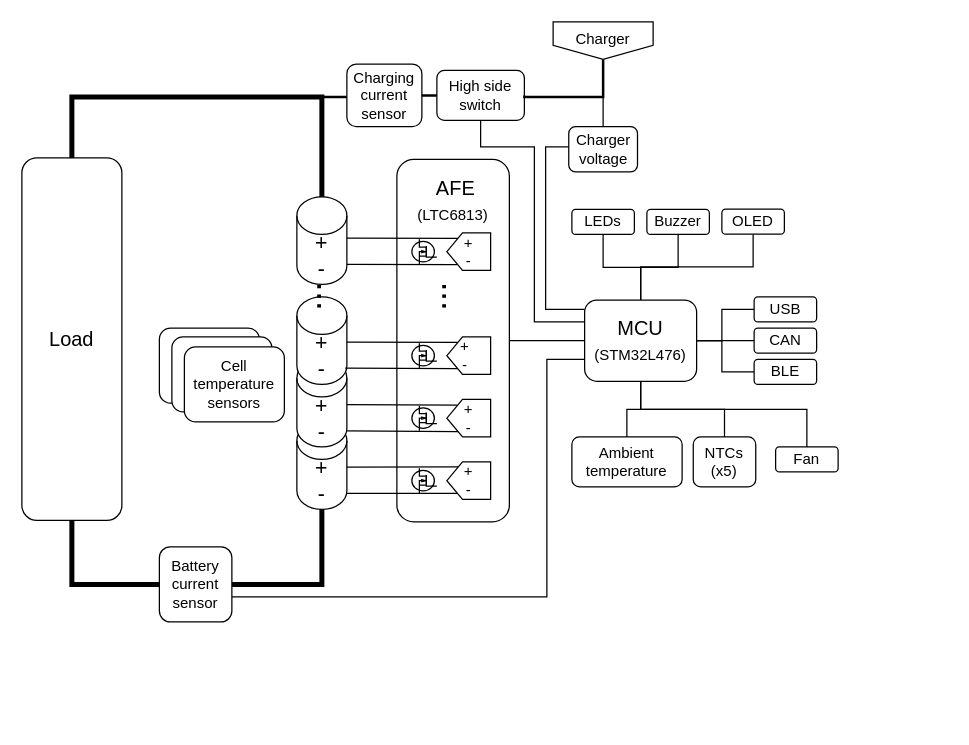
This is docs/block-diagram.drawio from G-Pereira/greenmobi-bms, a draw.io file, before an edit. Source tidied: cells renumbered, new cells numbered last; positions are measured from the earlier drawing's top-left corner, leaving out a move shared by most shapes. Both pictures are drawn from the tidied source at 125%, with x=0, y=0 at pixel (21, 21).
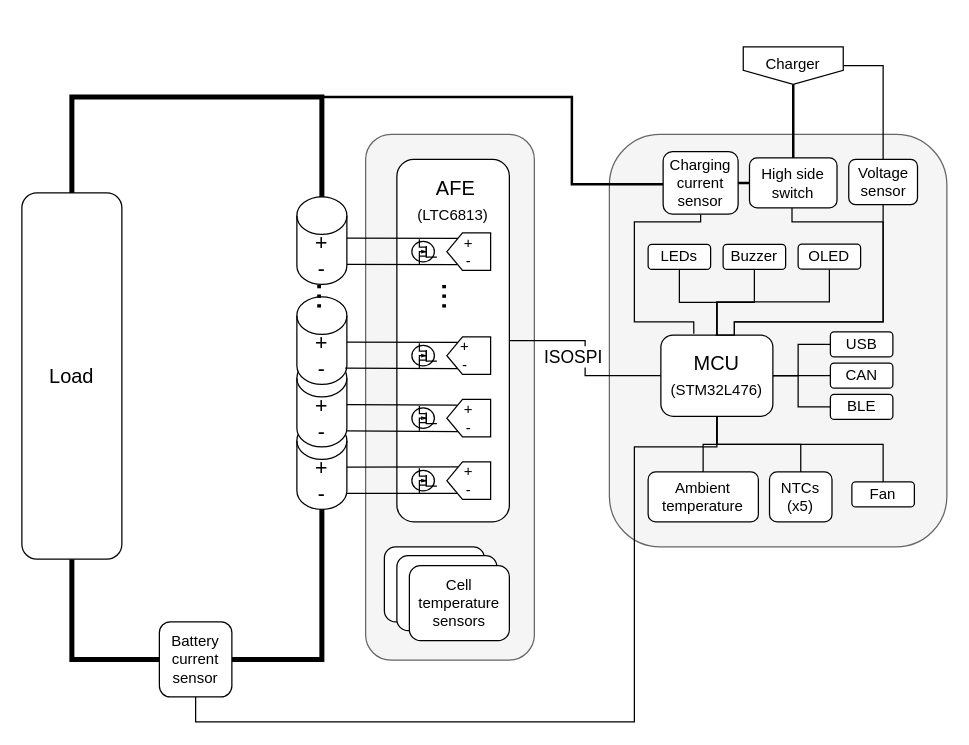
The same diagram, later.

Unchanged cells that the change refers to:
```xml
<mxCell id="4" value="&lt;font style=&quot;font-size: 17px;&quot;&gt;+&lt;br style=&quot;border-color: var(--border-color);&quot;&gt;-&lt;/font&gt;" style="shape=cylinder3;whiteSpace=wrap;html=1;boundedLbl=1;backgroundOutline=1;size=15;" parent="1" vertex="1">
  <mxGeometry x="220" y="320" width="40" height="70" as="geometry" />
</mxCell>
<mxCell id="8" value="&lt;font style=&quot;font-size: 17px;&quot;&gt;+&lt;br&gt;-&lt;/font&gt;" style="shape=cylinder3;whiteSpace=wrap;html=1;boundedLbl=1;backgroundOutline=1;size=15;" parent="1" vertex="1">
  <mxGeometry x="220" y="140" width="40" height="70" as="geometry" />
</mxCell>
<mxCell id="13" style="edgeStyle=orthogonalEdgeStyle;rounded=0;jettySize=auto;html=1;endArrow=none;endFill=0;" parent="1" edge="1" source="21" target="22">
  <mxGeometry relative="1" as="geometry" />
</mxCell>
```

The edit, as a diff of the source:
```diff
@@
-    <mxCell id="2" style="rounded=1;whiteSpace=wrap;html=1;fontSize=12;fillColor=#ffffff;" parent="1" vertex="1">
-      <mxGeometry x="110" y="245" width="80" height="60" as="geometry" />
-    </mxCell>
-    <mxCell id="3" style="rounded=1;whiteSpace=wrap;html=1;fontSize=12;fillColor=#ffffff;" parent="1" vertex="1">
-      <mxGeometry x="120" y="252" width="80" height="60" as="geometry" />
-    </mxCell>
+    <mxCell id="69" style="rounded=1;whiteSpace=wrap;html=1;fillColor=#f5f5f5;strokeColor=#666666;fontColor=#333333;" parent="1" vertex="1">
+      <mxGeometry x="470" y="90" width="270" height="330" as="geometry" />
+    </mxCell>
+    <mxCell id="70" style="rounded=1;whiteSpace=wrap;html=1;fillColor=#f5f5f5;strokeColor=#666666;fontColor=#333333;" parent="1" vertex="1">
+      <mxGeometry x="275" y="90" width="135" height="420.6" as="geometry" />
+    </mxCell>
@@
     <mxCell id="11" style="edgeStyle=orthogonalEdgeStyle;rounded=0;jettySize=auto;html=1;endArrow=none;endFill=0;exitX=1;exitY=0.5;exitDx=0;exitDy=0;" parent="1" edge="1" source="21" target="53">
       <mxGeometry relative="1" as="geometry">
         <Array as="points">
-          <mxPoint x="560" y="255" />
-          <mxPoint x="560" y="230" />
+          <mxPoint x="621" y="283" />
+          <mxPoint x="621" y="258" />
         </Array>
       </mxGeometry>
     </mxCell>
     <mxCell id="12" style="edgeStyle=orthogonalEdgeStyle;rounded=0;jettySize=auto;html=1;endArrow=none;endFill=0;" parent="1" edge="1" source="21" target="63">
       <mxGeometry relative="1" as="geometry">
         <Array as="points">
-          <mxPoint x="495" y="310" />
-          <mxPoint x="484" y="310" />
+          <mxPoint x="556" y="338" />
+          <mxPoint x="545" y="338" />
         </Array>
       </mxGeometry>
     </mxCell>
@@
+    <mxCell id="71" value="ISOSPI" style="edgeLabel;html=1;align=center;verticalAlign=middle;fontSize=14;spacing=2;spacingRight=0;" parent="13" vertex="1">
+      <mxGeometry x="0.28" y="1" relative="1" as="geometry">
+        <mxPoint x="-4" y="11" as="offset" />
+      </mxGeometry>
+    </mxCell>
     <mxCell id="14" style="edgeStyle=orthogonalEdgeStyle;rounded=0;jettySize=auto;html=1;endArrow=none;endFill=0;" parent="1" edge="1" source="21" target="56">
       <mxGeometry relative="1" as="geometry">
         <Array as="points">
-          <mxPoint x="419" y="230" />
-          <mxPoint x="419" y="100" />
+          <mxPoint x="570" y="240" />
+          <mxPoint x="689" y="240" />
         </Array>
       </mxGeometry>
     </mxCell>
     <mxCell id="15" style="edgeStyle=orthogonalEdgeStyle;rounded=0;jettySize=auto;html=1;endArrow=none;endFill=0;" parent="1" edge="1" source="21" target="47">
       <mxGeometry relative="1" as="geometry">
         <Array as="points">
-          <mxPoint x="420" y="270" />
-          <mxPoint x="420" y="460" />
+          <mxPoint x="490" y="340" />
+          <mxPoint x="490" y="560" />
+          <mxPoint x="139" y="560" />
         </Array>
       </mxGeometry>
     </mxCell>
     <mxCell id="16" style="edgeStyle=orthogonalEdgeStyle;rounded=0;jettySize=auto;html=1;endArrow=none;endFill=0;exitX=1;exitY=0.5;exitDx=0;exitDy=0;" parent="1" edge="1" source="21" target="54">
       <mxGeometry relative="1" as="geometry">
         <Array as="points">
-          <mxPoint x="550" y="255" />
-          <mxPoint x="550" y="255" />
+          <mxPoint x="611" y="283" />
+          <mxPoint x="611" y="283" />
         </Array>
       </mxGeometry>
     </mxCell>
     <mxCell id="17" style="edgeStyle=orthogonalEdgeStyle;rounded=0;jettySize=auto;html=1;endArrow=none;endFill=0;exitX=1;exitY=0.5;exitDx=0;exitDy=0;" parent="1" edge="1" source="21" target="55">
       <mxGeometry relative="1" as="geometry">
         <Array as="points">
-          <mxPoint x="560" y="255" />
-          <mxPoint x="560" y="280" />
+          <mxPoint x="621" y="283" />
+          <mxPoint x="621" y="308" />
         </Array>
       </mxGeometry>
     </mxCell>
     <mxCell id="18" style="edgeStyle=orthogonalEdgeStyle;rounded=0;jettySize=auto;html=1;endArrow=none;endFill=0;exitX=0.5;exitY=1;exitDx=0;exitDy=0;entryX=0.5;entryY=0;entryDx=0;entryDy=0;" parent="1" edge="1" source="21" target="62">
       <mxGeometry relative="1" as="geometry">
         <Array as="points">
-          <mxPoint x="495" y="310" />
-          <mxPoint x="562" y="310" />
+          <mxPoint x="556" y="338" />
+          <mxPoint x="623" y="338" />
         </Array>
       </mxGeometry>
     </mxCell>
     <mxCell id="19" style="edgeStyle=orthogonalEdgeStyle;rounded=0;jettySize=auto;html=1;endArrow=none;endFill=0;exitX=0.5;exitY=1;exitDx=0;exitDy=0;entryX=0.5;entryY=0;entryDx=0;entryDy=0;" parent="1" edge="1" source="21" target="64">
       <mxGeometry relative="1" as="geometry">
         <Array as="points">
-          <mxPoint x="495" y="310" />
-          <mxPoint x="628" y="310" />
+          <mxPoint x="556" y="338" />
+          <mxPoint x="689" y="338" />
         </Array>
       </mxGeometry>
     </mxCell>
     <mxCell id="20" style="edgeStyle=orthogonalEdgeStyle;rounded=0;jettySize=auto;html=1;endArrow=none;endFill=0;" parent="1" edge="1" source="21" target="68">
       <mxGeometry relative="1" as="geometry">
         <Array as="points">
-          <mxPoint x="495" y="196" />
-          <mxPoint x="585" y="196" />
+          <mxPoint x="556" y="224" />
+          <mxPoint x="646" y="224" />
         </Array>
       </mxGeometry>
     </mxCell>
     <mxCell id="21" value="MCU&lt;br&gt;&lt;font style=&quot;font-size: 12px;&quot;&gt;(STM32L476)&lt;/font&gt;" style="rounded=1;whiteSpace=wrap;html=1;fontSize=16;" parent="1" vertex="1">
-      <mxGeometry x="450.2" y="222.5" width="89.6" height="65" as="geometry" />
+      <mxGeometry x="511.2" y="250.5" width="89.6" height="65" as="geometry" />
     </mxCell>
@@
-    <mxCell id="45" style="edgeStyle=orthogonalEdgeStyle;rounded=0;jettySize=auto;html=1;entryX=0.5;entryY=1;entryDx=0;entryDy=0;entryPerimeter=0;fontSize=12;endArrow=none;endFill=0;strokeWidth=4;" parent="1" edge="1" source="47" target="4">
+    <mxCell id="45" style="edgeStyle=orthogonalEdgeStyle;rounded=0;jettySize=auto;html=1;fontSize=12;endArrow=none;endFill=0;strokeWidth=4;entryX=0.5;entryY=1;entryDx=0;entryDy=0;entryPerimeter=0;exitX=1;exitY=0.5;exitDx=0;exitDy=0;" parent="1" edge="1" source="47" target="4">
       <mxGeometry relative="1" as="geometry">
         <Array as="points">
-          <mxPoint x="240" y="450" />
+          <mxPoint x="240" y="510" />
         </Array>
       </mxGeometry>
     </mxCell>
@@
     <mxCell id="47" value="Battery&lt;br&gt;current&lt;br&gt;sensor" style="rounded=1;whiteSpace=wrap;html=1;fontSize=12;fillColor=#ffffff;" parent="1" vertex="1">
-      <mxGeometry x="110" y="420" width="58" height="60" as="geometry" />
+      <mxGeometry x="110" y="480" width="58" height="60" as="geometry" />
     </mxCell>
-    <mxCell id="48" value="Cell temperature sensors" style="rounded=1;whiteSpace=wrap;html=1;fontSize=12;fillColor=#ffffff;" parent="1" vertex="1">
-      <mxGeometry x="130" y="260" width="80" height="60" as="geometry" />
-    </mxCell>
-    <mxCell id="49" style="edgeStyle=orthogonalEdgeStyle;rounded=0;jettySize=auto;html=1;exitX=0.5;exitY=0;exitDx=0;exitDy=0;fontSize=16;endArrow=none;endFill=0;strokeWidth=4;entryX=0.5;entryY=0;entryDx=0;entryDy=0;entryPerimeter=0;" parent="1" edge="1" source="50" target="8">
+    <mxCell id="49" style="edgeStyle=orthogonalEdgeStyle;rounded=0;jettySize=auto;html=1;fontSize=16;endArrow=none;endFill=0;strokeWidth=2;entryX=0.5;entryY=0;entryDx=0;entryDy=0;entryPerimeter=0;exitX=0;exitY=0.522;exitDx=0;exitDy=0;exitPerimeter=0;" parent="1" edge="1" source="61" target="8">
       <mxGeometry relative="1" as="geometry">
         <Array as="points">
-          <mxPoint x="40" y="60" />
+          <mxPoint x="440" y="130" />
+          <mxPoint x="440" y="60" />
           <mxPoint x="240" y="60" />
         </Array>
       </mxGeometry>
     </mxCell>
     <mxCell id="50" value="Load" style="rounded=1;whiteSpace=wrap;html=1;fontSize=16;" parent="1" vertex="1">
-      <mxGeometry y="108.8" width="80" height="290" as="geometry" />
+      <mxGeometry y="136.8" width="80" height="293" as="geometry" />
     </mxCell>
     <mxCell id="51" value="Buzzer" style="rounded=1;whiteSpace=wrap;html=1;fontSize=12;" parent="1" vertex="1">
-      <mxGeometry x="500" y="150" width="50" height="20" as="geometry" />
+      <mxGeometry x="561" y="178" width="50" height="20" as="geometry" />
     </mxCell>
     <mxCell id="52" value="LEDs" style="rounded=1;whiteSpace=wrap;html=1;fontSize=12;" parent="1" vertex="1">
-      <mxGeometry x="440" y="150" width="50" height="20" as="geometry" />
+      <mxGeometry x="501" y="178" width="50" height="20" as="geometry" />
     </mxCell>
     <mxCell id="53" value="USB" style="rounded=1;whiteSpace=wrap;html=1;" parent="1" vertex="1">
-      <mxGeometry x="585.8" y="220" width="50" height="20" as="geometry" />
+      <mxGeometry x="646.8" y="248" width="50" height="20" as="geometry" />
     </mxCell>
     <mxCell id="54" value="CAN" style="rounded=1;whiteSpace=wrap;html=1;" parent="1" vertex="1">
-      <mxGeometry x="585.8" y="245" width="50" height="20" as="geometry" />
+      <mxGeometry x="646.8" y="273" width="50" height="20" as="geometry" />
     </mxCell>
     <mxCell id="55" value="BLE" style="rounded=1;whiteSpace=wrap;html=1;fontSize=12;" parent="1" vertex="1">
-      <mxGeometry x="585.8" y="270" width="50" height="20" as="geometry" />
+      <mxGeometry x="646.8" y="298" width="50" height="20" as="geometry" />
     </mxCell>
-    <mxCell id="56" value="Charger voltage" style="rounded=1;whiteSpace=wrap;html=1;" parent="1" vertex="1">
-      <mxGeometry x="437.5" y="83.8" width="55" height="36.2" as="geometry" />
+    <mxCell id="56" value="Voltage sensor" style="rounded=1;whiteSpace=wrap;html=1;" parent="1" vertex="1">
+      <mxGeometry x="661.5" y="110" width="55" height="36.2" as="geometry" />
     </mxCell>
-    <mxCell id="57" style="edgeStyle=orthogonalEdgeStyle;rounded=0;jettySize=auto;html=1;endArrow=none;endFill=0;" parent="1" edge="1" source="59" target="21">
+    <mxCell id="57" style="edgeStyle=orthogonalEdgeStyle;rounded=0;orthogonalLoop=1;jettySize=auto;html=1;endArrow=none;endFill=0;" parent="1" edge="1">
       <mxGeometry relative="1" as="geometry">
+        <mxPoint x="616.1" y="148.8" as="sourcePoint" />
+        <mxPoint x="555" y="250.5" as="targetPoint" />
         <Array as="points">
-          <mxPoint x="367" y="100" />
-          <mxPoint x="410" y="100" />
-          <mxPoint x="410" y="240" />
+          <mxPoint x="616" y="160" />
+          <mxPoint x="689" y="160" />
+          <mxPoint x="689" y="240" />
+          <mxPoint x="570" y="240" />
+          <mxPoint x="570" y="250" />
         </Array>
       </mxGeometry>
     </mxCell>
@@
     <mxCell id="59" value="High side switch" style="rounded=1;whiteSpace=wrap;html=1;fontSize=12;" parent="1" vertex="1">
-      <mxGeometry x="332" y="38.8" width="70" height="40" as="geometry" />
+      <mxGeometry x="582.1" y="108.8" width="70" height="40" as="geometry" />
     </mxCell>
-    <mxCell id="60" style="edgeStyle=orthogonalEdgeStyle;rounded=0;jettySize=auto;html=1;fontSize=12;endArrow=none;endFill=0;strokeWidth=2;" parent="1" edge="1" source="8" target="61">
-      <mxGeometry relative="1" as="geometry">
-        <Array as="points">
-          <mxPoint x="240" y="60" />
-        </Array>
-      </mxGeometry>
-    </mxCell>
+    <mxCell id="72" style="edgeStyle=orthogonalEdgeStyle;rounded=0;jettySize=auto;html=1;entryX=0.294;entryY=-0.014;entryDx=0;entryDy=0;entryPerimeter=0;endArrow=none;endFill=0;" parent="1" edge="1" source="61" target="21">
+      <mxGeometry relative="1" as="geometry">
+        <Array as="points">
+          <mxPoint x="543" y="160" />
+          <mxPoint x="490" y="160" />
+          <mxPoint x="490" y="240" />
+          <mxPoint x="538" y="240" />
+        </Array>
+      </mxGeometry>
+    </mxCell>
     <mxCell id="61" value="Charging current sensor" style="rounded=1;whiteSpace=wrap;html=1;" parent="1" vertex="1">
-      <mxGeometry x="260" y="33.8" width="60" height="50" as="geometry" />
+      <mxGeometry x="513" y="103.8" width="60" height="50" as="geometry" />
     </mxCell>
     <mxCell id="62" value="NTCs (x5)" style="rounded=1;whiteSpace=wrap;html=1;fontSize=12;fillColor=#ffffff;" parent="1" vertex="1">
-      <mxGeometry x="537.1" y="332" width="50" height="40" as="geometry" />
+      <mxGeometry x="598.1" y="360" width="50" height="40" as="geometry" />
     </mxCell>
     <mxCell id="63" value="Ambient temperature" style="rounded=1;whiteSpace=wrap;html=1;fontSize=12;fillColor=#ffffff;" parent="1" vertex="1">
-      <mxGeometry x="440" y="332" width="88.2" height="40" as="geometry" />
+      <mxGeometry x="501" y="360" width="88.2" height="40" as="geometry" />
     </mxCell>
     <mxCell id="64" value="Fan" style="rounded=1;whiteSpace=wrap;html=1;fontSize=12;fillColor=#ffffff;" parent="1" vertex="1">
-      <mxGeometry x="603" y="340" width="50" height="20" as="geometry" />
+      <mxGeometry x="664" y="368" width="50" height="20" as="geometry" />
     </mxCell>
@@
-    <mxCell id="66" style="edgeStyle=orthogonalEdgeStyle;rounded=0;jettySize=auto;html=1;entryX=1;entryY=0.5;entryDx=0;entryDy=0;endArrow=none;endFill=0;strokeWidth=2;" parent="1" edge="1" source="67" target="59">
-      <mxGeometry relative="1" as="geometry">
-        <Array as="points">
-          <mxPoint x="465" y="60" />
-          <mxPoint x="402" y="60" />
-        </Array>
-      </mxGeometry>
+    <mxCell id="66" style="edgeStyle=orthogonalEdgeStyle;rounded=0;jettySize=auto;html=1;entryX=0.5;entryY=0;entryDx=0;entryDy=0;endArrow=none;endFill=0;strokeWidth=2;exitX=0.5;exitY=1;exitDx=0;exitDy=0;" parent="1" edge="1" source="67" target="59">
+      <mxGeometry relative="1" as="geometry" />
     </mxCell>
     <mxCell id="67" value="Charger" style="shape=offPageConnector;whiteSpace=wrap;html=1;verticalAlign=top;" parent="1" vertex="1">
-      <mxGeometry x="425" width="80" height="30" as="geometry" />
+      <mxGeometry x="577.1" y="20" width="80" height="30" as="geometry" />
     </mxCell>
     <mxCell id="68" value="OLED" style="rounded=1;whiteSpace=wrap;html=1;fontSize=12;" parent="1" vertex="1">
-      <mxGeometry x="560" y="149.8" width="50" height="20" as="geometry" />
+      <mxGeometry x="621" y="177.8" width="50" height="20" as="geometry" />
     </mxCell>
+    <mxCell id="73" style="edgeStyle=orthogonalEdgeStyle;rounded=0;jettySize=auto;html=1;exitX=0.5;exitY=0;exitDx=0;exitDy=0;fontSize=16;endArrow=none;endFill=0;strokeWidth=4;entryX=0.5;entryY=0;entryDx=0;entryDy=0;entryPerimeter=0;" parent="1" edge="1" source="50" target="8">
+      <mxGeometry relative="1" as="geometry">
+        <Array as="points">
+          <mxPoint x="40" y="60" />
+          <mxPoint x="240" y="60" />
+        </Array>
+      </mxGeometry>
+    </mxCell>
+    <mxCell id="74" style="rounded=1;whiteSpace=wrap;html=1;fontSize=12;fillColor=#ffffff;" parent="1" vertex="1">
+      <mxGeometry x="290" y="420" width="80" height="60" as="geometry" />
+    </mxCell>
+    <mxCell id="75" style="rounded=1;whiteSpace=wrap;html=1;fontSize=12;fillColor=#ffffff;" parent="1" vertex="1">
+      <mxGeometry x="300" y="427" width="80" height="60" as="geometry" />
+    </mxCell>
+    <mxCell id="48" value="Cell temperature sensors" style="rounded=1;whiteSpace=wrap;html=1;fontSize=12;fillColor=#ffffff;" parent="1" vertex="1">
+      <mxGeometry x="310" y="435" width="80" height="60" as="geometry" />
+    </mxCell>
```
